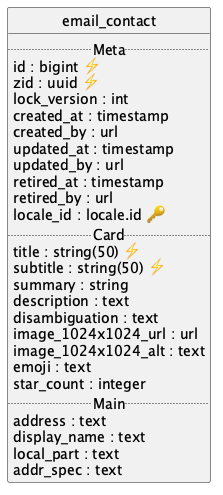
This is api/email_contact/uml/uml.png from contactopensource/contactopensource, a PlantUML export, as it was before one commit. The source it was exported from:
```plantuml
@startuml uml
skinparam monochrome true
skinparam linetype ortho
hide circle

entity email_contact {
  .. Meta ..
  id : bigint ⚡
  zid : uuid ⚡
  lock_version : int
  created_at : timestamp
  created_by : url
  updated_at : timestamp
  updated_by : url
  retired_at : timestamp
  retired_by : url
  locale_id : locale.id 🔑
  .. Card ..
  title : string(50) ⚡
  subtitle : string(50) ⚡
  summary : string
  description : text
  disambiguation : text
  image_1024x1024_url : url
  image_1024x1024_alt : text
  emoji : text
  star_count : integer
  .. Main ..
  address : text
  display_name : text
  local_part : text
  addr_spec : text
}

@enduml
```
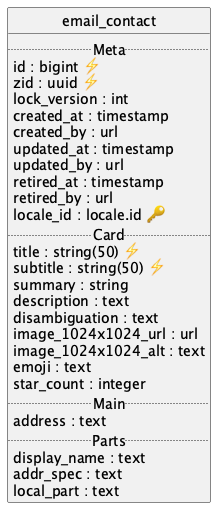
After the change.

Diff of the diagram source:
```diff
@@ -27,9 +27,10 @@
   star_count : integer
   .. Main ..
   address : text
+  .. Parts ..
   display_name : text
+  addr_spec : text
   local_part : text
-  addr_spec : text
 }
 
 @enduml
```
